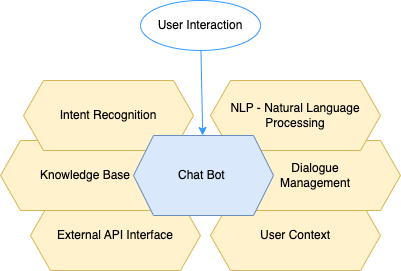
ArchNinjas/road-warrior keeps this draw.io diagram as Architecture/chatbot.png. Above is the earlier version. Source tidied: cells renumbered, new cells last; positions are measured from the earlier drawing's top-left corner, leaving out a move shared by most shapes. The source it was exported from:
```xml
<mxGraphModel>
  <root>
    <mxCell id="0" />
    <mxCell id="1" parent="0" />
    <mxCell id="2" value="User Context" style="shape=hexagon;perimeter=hexagonPerimeter2;whiteSpace=wrap;html=1;fixedSize=1;fillColor=#fff2cc;strokeColor=#d6b656;" parent="1" vertex="1">
      <mxGeometry x="210" y="200" width="170" height="70" as="geometry" />
    </mxCell>
    <mxCell id="3" value="External API Interface" style="shape=hexagon;perimeter=hexagonPerimeter2;whiteSpace=wrap;html=1;fixedSize=1;fillColor=#fff2cc;strokeColor=#d6b656;" parent="1" vertex="1">
      <mxGeometry x="30" y="200" width="170" height="70" as="geometry" />
    </mxCell>
    <mxCell id="4" value="Knowledge Base" style="shape=hexagon;perimeter=hexagonPerimeter2;whiteSpace=wrap;html=1;fixedSize=1;fillColor=#fff2cc;strokeColor=#d6b656;" parent="1" vertex="1">
      <mxGeometry y="140" width="170" height="70" as="geometry" />
    </mxCell>
    <mxCell id="5" value="Intent Recognition" style="shape=hexagon;perimeter=hexagonPerimeter2;whiteSpace=wrap;html=1;fixedSize=1;fillColor=#fff2cc;strokeColor=#d6b656;" parent="1" vertex="1">
      <mxGeometry x="23" y="80" width="170" height="70" as="geometry" />
    </mxCell>
    <mxCell id="6" value="Dialogue &lt;br&gt;Management" style="shape=hexagon;perimeter=hexagonPerimeter2;whiteSpace=wrap;html=1;fixedSize=1;fillColor=#fff2cc;strokeColor=#d6b656;" parent="1" vertex="1">
      <mxGeometry x="230" y="140" width="170" height="70" as="geometry" />
    </mxCell>
    <mxCell id="7" value="NLP - Natural Language Processing" style="shape=hexagon;perimeter=hexagonPerimeter2;whiteSpace=wrap;html=1;fixedSize=1;fillColor=#fff2cc;strokeColor=#d6b656;" parent="1" vertex="1">
      <mxGeometry x="210" y="80" width="170" height="70" as="geometry" />
    </mxCell>
    <mxCell id="8" value="Chat Bot&amp;nbsp;" style="shape=hexagon;perimeter=hexagonPerimeter2;whiteSpace=wrap;html=1;fixedSize=1;fillColor=#dae8fc;strokeColor=#6c8ebf;" parent="1" vertex="1">
      <mxGeometry x="133" y="135" width="140" height="80" as="geometry" />
    </mxCell>
    <mxCell id="9" style="edgeStyle=none;html=1;strokeColor=#3399FF;" parent="1" edge="1" source="10" target="8">
      <mxGeometry relative="1" as="geometry" />
    </mxCell>
    <mxCell id="10" value="User Interaction" style="ellipse;whiteSpace=wrap;html=1;strokeColor=#3399FF;" parent="1" vertex="1">
      <mxGeometry x="140" width="120" height="50" as="geometry" />
    </mxCell>
  </root>
</mxGraphModel>
```
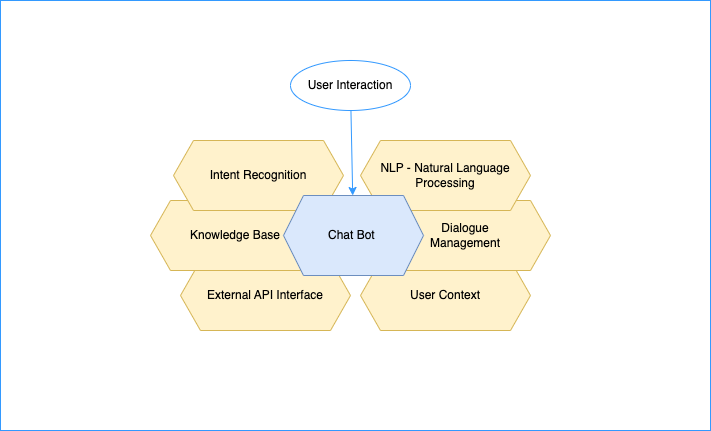
The same diagram one commit later.

Diff of the diagram source:
```diff
@@ -2,6 +2,9 @@
   <root>
     <mxCell id="0" />
     <mxCell id="1" parent="0" />
+    <mxCell id="11" style="rounded=0;whiteSpace=wrap;html=1;strokeColor=#3399FF;" parent="1" vertex="1">
+      <mxGeometry x="-150" y="-60" width="710" height="430" as="geometry" />
+    </mxCell>
     <mxCell id="2" value="User Context" style="shape=hexagon;perimeter=hexagonPerimeter2;whiteSpace=wrap;html=1;fixedSize=1;fillColor=#fff2cc;strokeColor=#d6b656;" parent="1" vertex="1">
       <mxGeometry x="210" y="200" width="170" height="70" as="geometry" />
     </mxCell>
```
